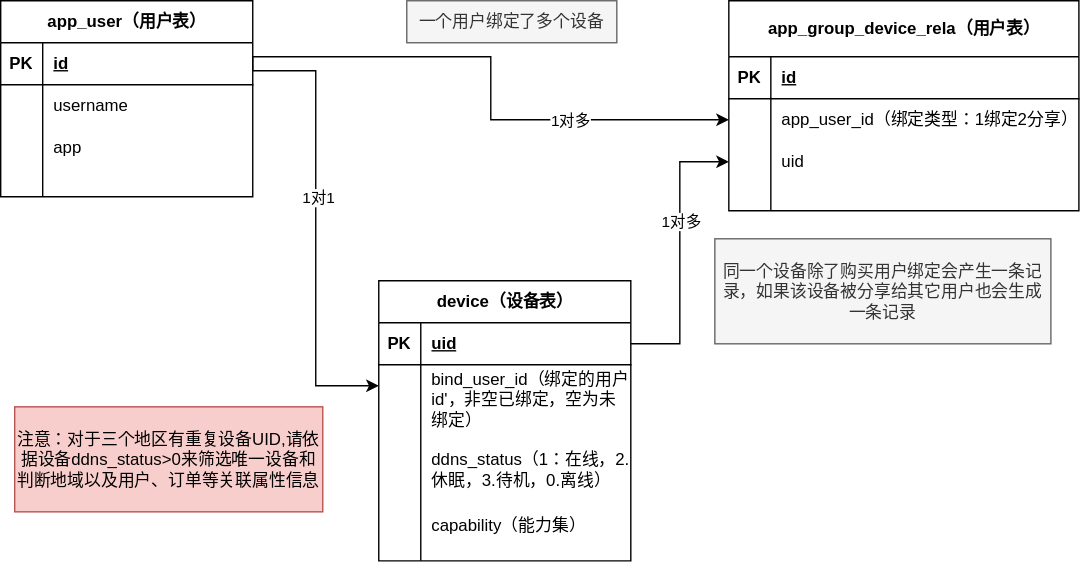
This is database/1-用户设备关系ER.drawio.svg from LiuXinStrive/ChaoWei, a draw.io export, as it was before one commit. Source tidied: cells renumbered, new cells last; positions are measured from the earlier drawing's top-left corner, leaving out a move shared by most shapes.
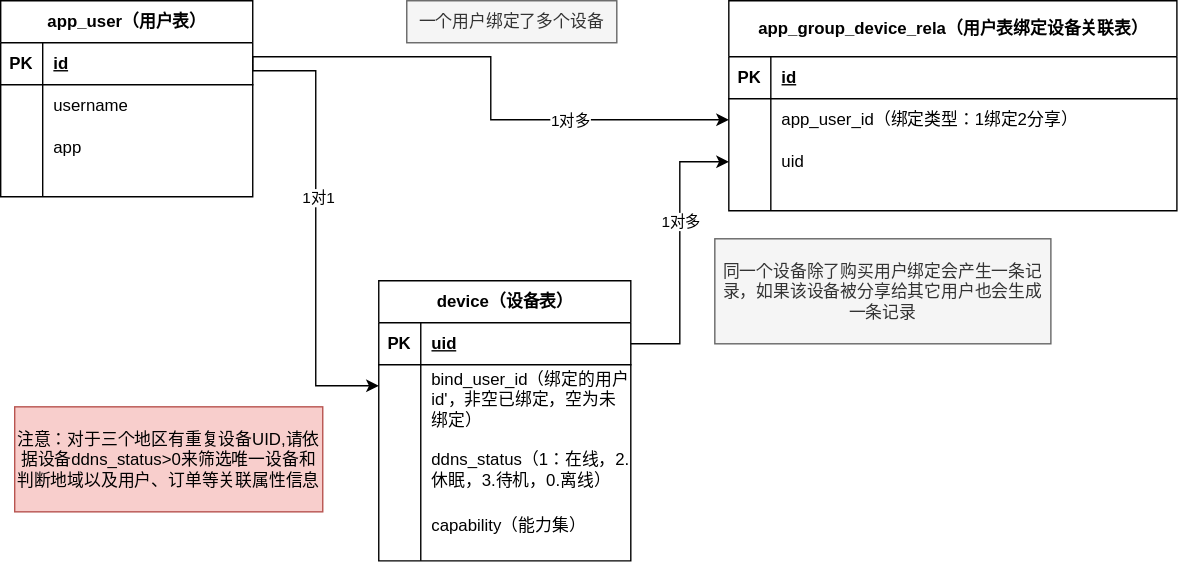
The same file after the commit.

Commit message:
更新1-用户设备关系ER.drawio.svg

What changed in the source:
```diff
@@ -80,44 +80,44 @@
     <mxCell id="27" style="shape=partialRectangle;fillColor=none;top=0;left=0;bottom=0;right=0;align=left;spacingLeft=6;overflow=hidden;whiteSpace=wrap;html=1;" parent="25" vertex="1">
       <mxGeometry x="30" width="150" height="40" as="geometry" />
     </mxCell>
-    <mxCell id="28" value="app_group_device_rela（用户表）" style="shape=table;startSize=40;rowLines=0;fontStyle=1;align=center;html=1;" parent="1" vertex="1">
-      <mxGeometry x="520" width="250" height="150" as="geometry" />
+    <mxCell id="28" value="app_group_device_rela（用户表绑定设备关联表）" style="shape=table;startSize=40;rowLines=0;fontStyle=1;align=center;html=1;" parent="1" vertex="1">
+      <mxGeometry x="520" width="320" height="150" as="geometry" />
     </mxCell>
     <mxCell id="29" style="shape=tableRow;horizontal=0;startSize=0;swimlaneHead=0;swimlaneBody=0;fillColor=none;top=0;left=0;right=0;bottom=1;" parent="28" vertex="1">
-      <mxGeometry y="40" width="250" height="30" as="geometry" />
+      <mxGeometry y="40" width="320" height="30" as="geometry" />
     </mxCell>
     <mxCell id="30" value="PK" style="shape=partialRectangle;fillColor=none;top=0;left=0;bottom=0;right=0;fontStyle=1;overflow=hidden;whiteSpace=wrap;html=1;" parent="29" vertex="1">
       <mxGeometry width="30" height="30" as="geometry" />
     </mxCell>
     <mxCell id="31" value="id" style="shape=partialRectangle;fillColor=none;top=0;left=0;bottom=0;right=0;align=left;spacingLeft=6;fontStyle=5;overflow=hidden;whiteSpace=wrap;html=1;" parent="29" vertex="1">
-      <mxGeometry x="30" width="220" height="30" as="geometry" />
+      <mxGeometry x="30" width="290" height="30" as="geometry" />
     </mxCell>
     <mxCell id="32" style="shape=tableRow;horizontal=0;startSize=0;swimlaneHead=0;swimlaneBody=0;fillColor=none;points=[[0,0.5],[1,0.5]];portConstraint=eastwest;top=0;left=0;right=0;bottom=0;" parent="28" vertex="1">
-      <mxGeometry y="70" width="250" height="30" as="geometry" />
+      <mxGeometry y="70" width="320" height="30" as="geometry" />
     </mxCell>
     <mxCell id="33" style="shape=partialRectangle;fillColor=none;top=0;left=0;bottom=0;right=0;overflow=hidden;whiteSpace=wrap;html=1;" parent="32" vertex="1">
       <mxGeometry width="30" height="30" as="geometry" />
     </mxCell>
     <mxCell id="34" value="app_user_id（绑定类型：1绑定2分享）" style="shape=partialRectangle;fillColor=none;top=0;left=0;bottom=0;right=0;align=left;spacingLeft=6;overflow=hidden;whiteSpace=wrap;html=1;" parent="32" vertex="1">
-      <mxGeometry x="30" width="220" height="30" as="geometry" />
+      <mxGeometry x="30" width="290" height="30" as="geometry" />
     </mxCell>
     <mxCell id="35" style="shape=tableRow;horizontal=0;startSize=0;swimlaneHead=0;swimlaneBody=0;fillColor=none;points=[[0,0.5],[1,0.5]];portConstraint=eastwest;top=0;left=0;right=0;bottom=0;" parent="28" vertex="1">
-      <mxGeometry y="100" width="250" height="30" as="geometry" />
+      <mxGeometry y="100" width="320" height="30" as="geometry" />
     </mxCell>
     <mxCell id="36" style="shape=partialRectangle;fillColor=none;top=0;left=0;bottom=0;right=0;overflow=hidden;whiteSpace=wrap;html=1;" parent="35" vertex="1">
       <mxGeometry width="30" height="30" as="geometry" />
     </mxCell>
     <mxCell id="37" value="uid" style="shape=partialRectangle;fillColor=none;top=0;left=0;bottom=0;right=0;align=left;spacingLeft=6;overflow=hidden;whiteSpace=wrap;html=1;" parent="35" vertex="1">
-      <mxGeometry x="30" width="220" height="30" as="geometry" />
+      <mxGeometry x="30" width="290" height="30" as="geometry" />
     </mxCell>
     <mxCell id="38" style="shape=tableRow;horizontal=0;startSize=0;swimlaneHead=0;swimlaneBody=0;fillColor=none;top=0;left=0;right=0;bottom=0;" parent="28" vertex="1">
-      <mxGeometry y="130" width="250" height="20" as="geometry" />
+      <mxGeometry y="130" width="320" height="20" as="geometry" />
     </mxCell>
     <mxCell id="39" style="shape=partialRectangle;fillColor=none;top=0;left=0;bottom=0;right=0;overflow=hidden;whiteSpace=wrap;html=1;" parent="38" vertex="1">
       <mxGeometry width="30" height="20" as="geometry" />
     </mxCell>
     <mxCell id="40" style="shape=partialRectangle;fillColor=none;top=0;left=0;bottom=0;right=0;align=left;spacingLeft=6;overflow=hidden;whiteSpace=wrap;html=1;" parent="38" vertex="1">
-      <mxGeometry x="30" width="220" height="20" as="geometry" />
+      <mxGeometry x="30" width="290" height="20" as="geometry" />
     </mxCell>
     <mxCell id="41" style="edgeStyle=orthogonalEdgeStyle;rounded=0;jettySize=auto;html=1;exitX=1;exitY=0.5;exitDx=0;exitDy=0;" parent="1" edge="1" source="3" target="19">
       <mxGeometry relative="1" as="geometry">
```
